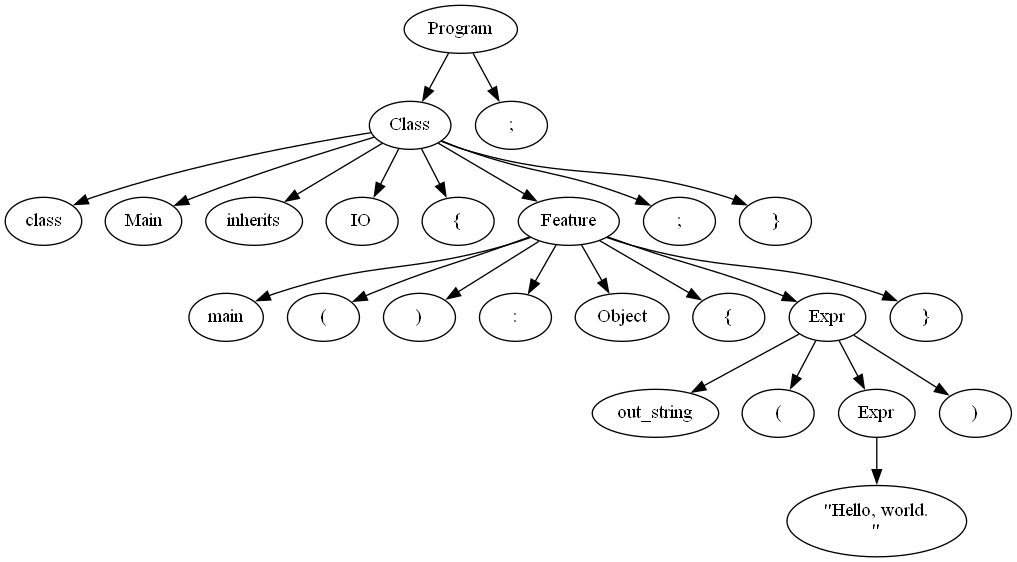
Above: output.gv.png in Manuel-Archila/Proyecto0_CC (Graphviz), before the change. Its source is kept beside it as output.gv. Its diagram source:
```dot
digraph {
	0 [label=Program]
	0 -> 1
	1 [label=Class]
	1 -> 2
	2 [label=class]
	1 -> 3
	3 [label=Main]
	1 -> 4
	4 [label=inherits]
	1 -> 5
	5 [label=IO]
	1 -> 6
	6 [label="{"]
	1 -> 7
	7 [label=Feature]
	7 -> 8
	8 [label=main]
	7 -> 9
	9 [label="("]
	7 -> 10
	10 [label=")"]
	7 -> 11
	11 [label=":"]
	7 -> 12
	12 [label=Object]
	7 -> 13
	13 [label="{"]
	7 -> 14
	14 [label=Expr]
	14 -> 15
	15 [label=out_string]
	14 -> 16
	16 [label="("]
	14 -> 17
	17 [label=Expr]
	17 -> 18
	18 [label="\"Hello, world.\n\""]
	14 -> 19
	19 [label=")"]
	7 -> 20
	20 [label="}"]
	1 -> 21
	21 [label=";"]
	1 -> 22
	22 [label="}"]
	0 -> 23
	23 [label=";"]
}
```
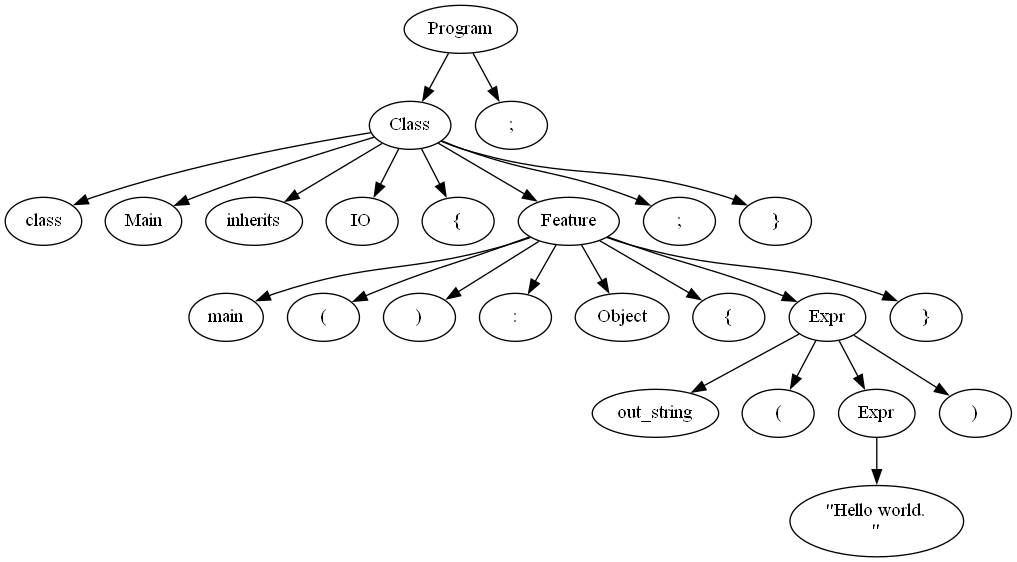
Later version of the same file.

Change to the diagram source:
```diff
@@ -35,7 +35,7 @@
 	14 -> 17
 	17 [label=Expr]
 	17 -> 18
-	18 [label="\"Hello, world.\n\""]
+	18 [label="\"Hello world.\n\""]
 	14 -> 19
 	19 [label=")"]
 	7 -> 20
```
